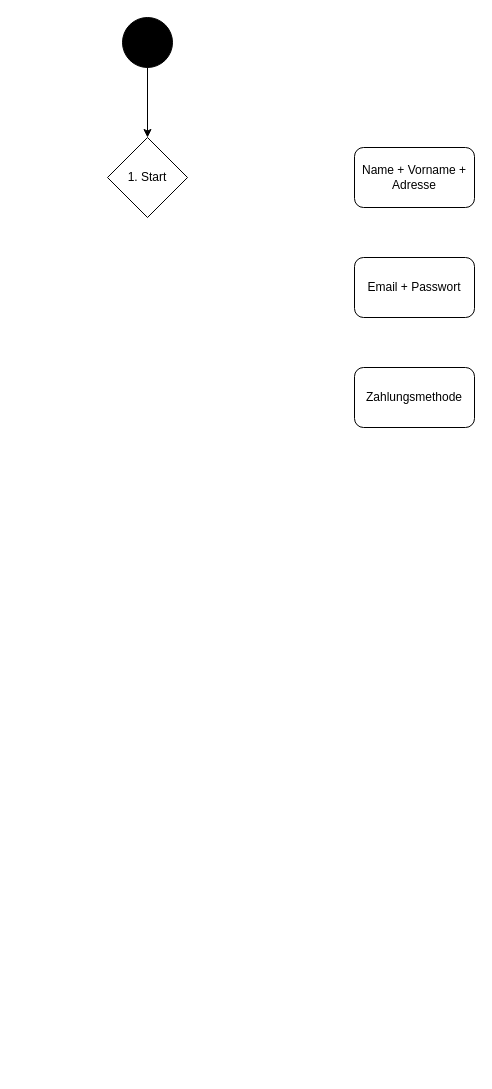
JoSch398/java-junit-template-project keeps this draw.io diagram as Untitled Diagram.drawio. Above is the earlier version. Source tidied: cells renumbered, new cells numbered last; positions are measured from the earlier drawing's top-left corner, leaving out a move shared by most shapes. Both pictures are drawn from the tidied source at 100%, with x=0, y=0 at pixel (107, 17).
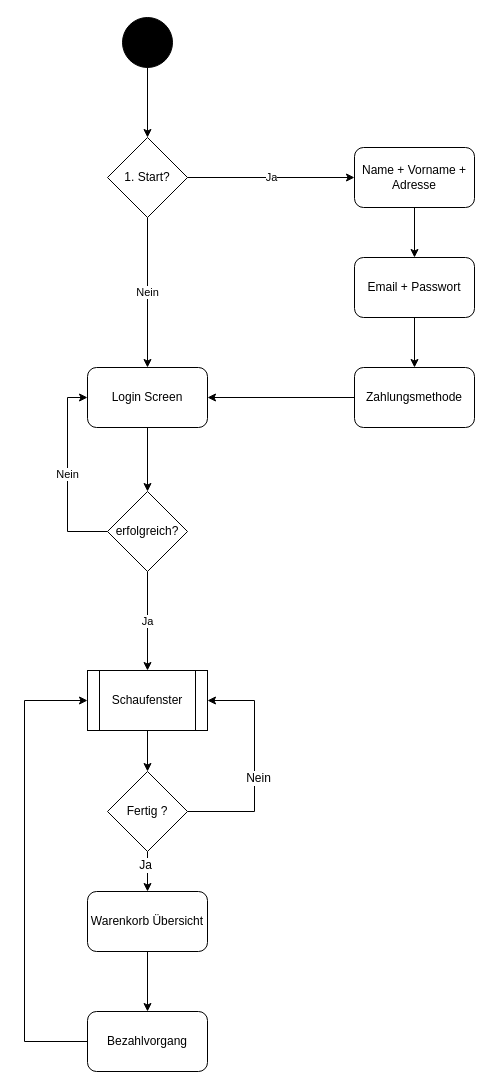
After the change.

The change refers to these unchanged cells:
```xml
<mxCell id="5" value="Name + Vorname + Adresse" style="rounded=1;whiteSpace=wrap;html=1;fillColor=#FFFFFF;" parent="1" vertex="1">
  <mxGeometry x="247" y="130" width="120" height="60" as="geometry" />
</mxCell>
<mxCell id="6" value="Email + Passwort" style="rounded=1;whiteSpace=wrap;html=1;fillColor=#FFFFFF;" parent="1" vertex="1">
  <mxGeometry x="247" y="240" width="120" height="60" as="geometry" />
</mxCell>
<mxCell id="7" value="Zahlungsmethode" style="rounded=1;whiteSpace=wrap;html=1;fillColor=#FFFFFF;" parent="1" vertex="1">
  <mxGeometry x="247" y="350" width="120" height="60" as="geometry" />
</mxCell>
```

The edit, as a diff of the source:
```diff
@@
+    <mxCell id="8" value="Nein&lt;br&gt;" style="edgeStyle=orthogonalEdgeStyle;rounded=0;jettySize=auto;html=1;exitX=0.5;exitY=1;exitDx=0;exitDy=0;entryX=0.5;entryY=0;entryDx=0;entryDy=0;" parent="1" edge="1" source="4" target="23">
+      <mxGeometry relative="1" as="geometry" />
+    </mxCell>
-    <mxCell id="4" value="1. Start" style="rhombus;whiteSpace=wrap;html=1;fillColor=#FFFFFF;" parent="1" vertex="1">
+    <mxCell id="4" value="1. Start?" style="rhombus;whiteSpace=wrap;html=1;fillColor=#FFFFFF;" parent="1" vertex="1">
       <mxGeometry y="120" width="80" height="80" as="geometry" />
     </mxCell>
+    <mxCell id="9" style="edgeStyle=orthogonalEdgeStyle;rounded=0;jettySize=auto;html=1;exitX=0.5;exitY=1;exitDx=0;exitDy=0;entryX=0.5;entryY=0;entryDx=0;entryDy=0;" parent="1" edge="1" source="5" target="6">
+      <mxGeometry relative="1" as="geometry" />
+    </mxCell>
@@
+    <mxCell id="10" style="edgeStyle=orthogonalEdgeStyle;rounded=0;jettySize=auto;html=1;exitX=0.5;exitY=1;exitDx=0;exitDy=0;entryX=0.5;entryY=0;entryDx=0;entryDy=0;" parent="1" edge="1" source="6" target="7">
+      <mxGeometry relative="1" as="geometry" />
+    </mxCell>
@@
+    <mxCell id="11" style="edgeStyle=orthogonalEdgeStyle;rounded=0;jettySize=auto;html=1;exitX=0;exitY=0.5;exitDx=0;exitDy=0;entryX=1;entryY=0.5;entryDx=0;entryDy=0;" parent="1" edge="1" source="7" target="23">
+      <mxGeometry relative="1" as="geometry" />
+    </mxCell>
@@
+    <mxCell id="12" value="Ja&lt;br&gt;" style="endArrow=classic;html=1;exitX=1;exitY=0.5;exitDx=0;exitDy=0;entryX=0;entryY=0.5;entryDx=0;entryDy=0;" parent="1" edge="1" source="4" target="5">
+      <mxGeometry relative="1" as="geometry" />
+    </mxCell>
+    <mxCell id="13" style="edgeStyle=orthogonalEdgeStyle;rounded=0;jettySize=auto;html=1;exitX=0.5;exitY=1;exitDx=0;exitDy=0;entryX=0.5;entryY=0;entryDx=0;entryDy=0;" parent="1" edge="1" source="17" target="19">
+      <mxGeometry relative="1" as="geometry" />
+    </mxCell>
+    <mxCell id="14" value="Ja" style="text;html=1;align=center;verticalAlign=middle;labelBackgroundColor=#ffffff;" parent="13" vertex="1">
+      <mxGeometry x="-0.35" y="-3" relative="1" as="geometry" />
+    </mxCell>
+    <mxCell id="15" style="edgeStyle=orthogonalEdgeStyle;rounded=0;jettySize=auto;html=1;exitX=1;exitY=0.5;exitDx=0;exitDy=0;entryX=1;entryY=0.5;entryDx=0;entryDy=0;" parent="1" edge="1" source="17" target="28">
+      <mxGeometry relative="1" as="geometry">
+        <Array as="points">
+          <mxPoint x="147" y="794" />
+          <mxPoint x="147" y="683" />
+        </Array>
+      </mxGeometry>
+    </mxCell>
+    <mxCell id="16" value="Nein" style="text;html=1;align=center;verticalAlign=middle;labelBackgroundColor=#ffffff;" parent="15" vertex="1">
+      <mxGeometry x="-0.4" y="33" relative="1" as="geometry">
+        <mxPoint x="36" y="-33" as="offset" />
+      </mxGeometry>
+    </mxCell>
+    <mxCell id="17" value="Fertig ?" style="rhombus;whiteSpace=wrap;html=1;fillColor=#FFFFFF;" parent="1" vertex="1">
+      <mxGeometry y="754" width="80" height="80" as="geometry" />
+    </mxCell>
+    <mxCell id="18" style="edgeStyle=orthogonalEdgeStyle;rounded=0;jettySize=auto;html=1;exitX=0.5;exitY=1;exitDx=0;exitDy=0;entryX=0.5;entryY=0;entryDx=0;entryDy=0;" parent="1" edge="1" source="19" target="21">
+      <mxGeometry relative="1" as="geometry" />
+    </mxCell>
+    <mxCell id="19" value="Warenkorb Übersicht" style="rounded=1;whiteSpace=wrap;html=1;fillColor=#FFFFFF;" parent="1" vertex="1">
+      <mxGeometry x="-20" y="874" width="120" height="60" as="geometry" />
+    </mxCell>
+    <mxCell id="20" style="edgeStyle=orthogonalEdgeStyle;rounded=0;jettySize=auto;html=1;exitX=0;exitY=0.5;exitDx=0;exitDy=0;entryX=0;entryY=0.5;entryDx=0;entryDy=0;" parent="1" edge="1" source="21" target="28">
+      <mxGeometry relative="1" as="geometry">
+        <Array as="points">
+          <mxPoint x="-83" y="1024" />
+          <mxPoint x="-83" y="683" />
+        </Array>
+      </mxGeometry>
+    </mxCell>
+    <mxCell id="21" value="Bezahlvorgang" style="rounded=1;whiteSpace=wrap;html=1;fillColor=#FFFFFF;" parent="1" vertex="1">
+      <mxGeometry x="-20" y="994" width="120" height="60" as="geometry" />
+    </mxCell>
+    <mxCell id="22" style="edgeStyle=orthogonalEdgeStyle;rounded=0;jettySize=auto;html=1;exitX=0.5;exitY=1;exitDx=0;exitDy=0;entryX=0.5;entryY=0;entryDx=0;entryDy=0;" parent="1" edge="1" source="23" target="26">
+      <mxGeometry relative="1" as="geometry" />
+    </mxCell>
+    <mxCell id="23" value="Login Screen" style="rounded=1;whiteSpace=wrap;html=1;fillColor=#FFFFFF;" parent="1" vertex="1">
+      <mxGeometry x="-20" y="350" width="120" height="60" as="geometry" />
+    </mxCell>
+    <mxCell id="24" value="Nein" style="edgeStyle=orthogonalEdgeStyle;rounded=0;jettySize=auto;html=1;exitX=0;exitY=0.5;exitDx=0;exitDy=0;entryX=0;entryY=0.5;entryDx=0;entryDy=0;" parent="1" edge="1" source="26" target="23">
+      <mxGeometry relative="1" as="geometry" />
+    </mxCell>
+    <mxCell id="25" value="Ja" style="edgeStyle=orthogonalEdgeStyle;rounded=0;jettySize=auto;html=1;exitX=0.5;exitY=1;exitDx=0;exitDy=0;entryX=0.5;entryY=0;entryDx=0;entryDy=0;" parent="1" edge="1" source="26" target="28">
+      <mxGeometry relative="1" as="geometry" />
+    </mxCell>
+    <mxCell id="26" value="erfolgreich?" style="rhombus;whiteSpace=wrap;html=1;fillColor=#FFFFFF;" parent="1" vertex="1">
+      <mxGeometry y="474" width="80" height="80" as="geometry" />
+    </mxCell>
+    <mxCell id="27" style="edgeStyle=orthogonalEdgeStyle;rounded=0;jettySize=auto;html=1;exitX=0.5;exitY=1;exitDx=0;exitDy=0;entryX=0.5;entryY=0;entryDx=0;entryDy=0;" parent="1" edge="1" source="28" target="17">
+      <mxGeometry relative="1" as="geometry" />
+    </mxCell>
+    <mxCell id="28" value="Schaufenster" style="shape=process;whiteSpace=wrap;html=1;backgroundOutline=1;fillColor=#FFFFFF;" parent="1" vertex="1">
+      <mxGeometry x="-20" y="653" width="120" height="60" as="geometry" />
+    </mxCell>
```
